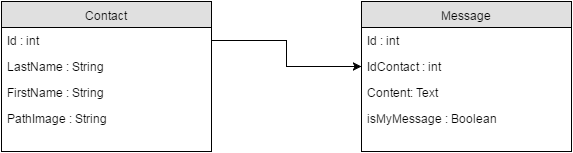
Before: doc/diagramDB.png, a diagram exported from draw.io (JulienGenoud/EasyMessages). Source tidied: cells renumbered, new cells last; positions are measured from the earlier drawing's top-left corner, leaving out a move shared by most shapes.
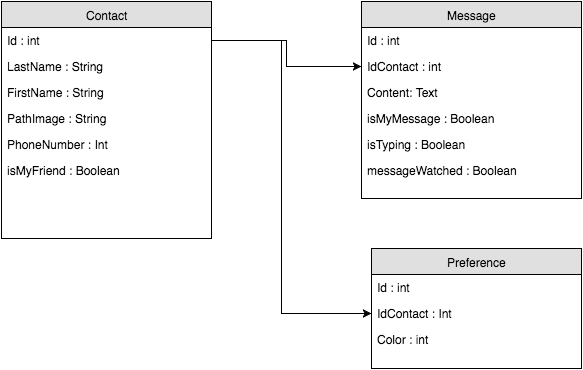
Above is the later version.

The edit, as a diff of the source:
```diff
@@ -3,7 +3,7 @@
     <mxCell id="0" />
     <mxCell id="1" parent="0" />
     <mxCell id="2" value="Contact" style="swimlane;html=1;fontStyle=0;horizontal=1;startSize=26;fillColor=#e0e0e0;swimlaneFillColor=#ffffff;align=center;" parent="1" vertex="1">
-      <mxGeometry width="210" height="150" as="geometry" />
+      <mxGeometry width="210" height="237" as="geometry" />
     </mxCell>
     <mxCell id="3" value="Id : int" style="text;html=1;strokeColor=none;fillColor=none;spacingLeft=4;spacingRight=4;whiteSpace=wrap;overflow=hidden;points=[[0,0.5],[1,0.5]];portConstraint=eastwest;" parent="2" vertex="1">
       <mxGeometry y="26" width="210" height="26" as="geometry" />
@@ -17,23 +17,60 @@
     <mxCell id="6" value="PathImage : String" style="text;html=1;strokeColor=none;fillColor=none;spacingLeft=4;spacingRight=4;whiteSpace=wrap;overflow=hidden;" parent="2" vertex="1">
       <mxGeometry y="104" width="210" height="26" as="geometry" />
     </mxCell>
+    <mxCell id="13" value="PhoneNumber : Int" style="text;html=1;strokeColor=none;fillColor=none;spacingLeft=4;spacingRight=4;whiteSpace=wrap;overflow=hidden;" parent="2" vertex="1">
+      <mxGeometry y="130" width="210" height="26" as="geometry" />
+    </mxCell>
+    <mxCell id="14" value="isMyFriend : Boolean" style="text;html=1;strokeColor=none;fillColor=none;spacingLeft=4;spacingRight=4;whiteSpace=wrap;overflow=hidden;" parent="2" vertex="1">
+      <mxGeometry y="156" width="210" height="26" as="geometry" />
+    </mxCell>
     <mxCell id="7" value="Message" style="swimlane;html=1;fontStyle=0;horizontal=1;startSize=26;fillColor=#e0e0e0;swimlaneFillColor=#ffffff;align=center;" parent="1" vertex="1">
-      <mxGeometry x="360" width="210" height="150" as="geometry" />
+      <mxGeometry x="360" width="220" height="197" as="geometry" />
     </mxCell>
     <mxCell id="8" value="Id : int" style="text;html=1;strokeColor=none;fillColor=none;spacingLeft=4;spacingRight=4;whiteSpace=wrap;overflow=hidden;" parent="7" vertex="1">
-      <mxGeometry y="26" width="210" height="26" as="geometry" />
+      <mxGeometry y="26" width="220" height="26" as="geometry" />
     </mxCell>
     <mxCell id="9" value="IdContact : int" style="text;html=1;strokeColor=none;fillColor=none;spacingLeft=4;spacingRight=4;whiteSpace=wrap;overflow=hidden;points=[[0,0.5],[1,0.5]];portConstraint=eastwest;" parent="7" vertex="1">
-      <mxGeometry y="52" width="210" height="26" as="geometry" />
+      <mxGeometry y="52" width="220" height="26" as="geometry" />
     </mxCell>
     <mxCell id="10" value="Content: Text" style="text;html=1;strokeColor=none;fillColor=none;spacingLeft=4;spacingRight=4;whiteSpace=wrap;overflow=hidden;" parent="7" vertex="1">
-      <mxGeometry y="78" width="210" height="26" as="geometry" />
+      <mxGeometry y="78" width="220" height="26" as="geometry" />
     </mxCell>
     <mxCell id="11" value="isMyMessage : Boolean" style="text;html=1;strokeColor=none;fillColor=none;spacingLeft=4;spacingRight=4;whiteSpace=wrap;overflow=hidden;" parent="7" vertex="1">
-      <mxGeometry y="104" width="210" height="26" as="geometry" />
+      <mxGeometry y="104" width="220" height="26" as="geometry" />
     </mxCell>
+    <mxCell id="15" value="isTyping : Boolean" style="text;html=1;strokeColor=none;fillColor=none;spacingLeft=4;spacingRight=4;whiteSpace=wrap;overflow=hidden;" parent="7" vertex="1">
+      <mxGeometry y="130" width="220" height="26" as="geometry" />
+    </mxCell>
+    <mxCell id="16" value="messageWatched : Boolean" style="text;html=1;strokeColor=none;fillColor=none;spacingLeft=4;spacingRight=4;whiteSpace=wrap;overflow=hidden;" parent="7" vertex="1">
+      <mxGeometry y="156" width="220" height="26" as="geometry" />
+    </mxCell>
     <mxCell id="12" style="edgeStyle=orthogonalEdgeStyle;rounded=0;html=1;entryX=0;entryY=0.5;jettySize=auto;" parent="1" edge="1" source="3" target="9">
-      <mxGeometry relative="1" as="geometry" />
+      <mxGeometry relative="1" as="geometry">
+        <Array as="points">
+          <mxPoint x="285" y="39" />
+          <mxPoint x="285" y="65" />
+        </Array>
+      </mxGeometry>
     </mxCell>
+    <mxCell id="17" value="Preference" style="swimlane;html=1;fontStyle=0;horizontal=1;startSize=26;fillColor=#e0e0e0;swimlaneFillColor=#ffffff;align=center;" parent="1" vertex="1">
+      <mxGeometry x="370" y="247" width="210" height="120" as="geometry" />
+    </mxCell>
+    <mxCell id="18" value="Id : int" style="text;html=1;strokeColor=none;fillColor=none;spacingLeft=4;spacingRight=4;whiteSpace=wrap;overflow=hidden;" parent="17" vertex="1">
+      <mxGeometry y="26" width="210" height="26" as="geometry" />
+    </mxCell>
+    <mxCell id="19" value="IdContact : Int" style="text;html=1;strokeColor=none;fillColor=none;spacingLeft=4;spacingRight=4;whiteSpace=wrap;overflow=hidden;points=[[0,0.5],[1,0.5]];portConstraint=eastwest;" parent="17" vertex="1">
+      <mxGeometry y="52" width="210" height="26" as="geometry" />
+    </mxCell>
+    <mxCell id="20" value="Color : int" style="text;html=1;strokeColor=none;fillColor=none;spacingLeft=4;spacingRight=4;whiteSpace=wrap;overflow=hidden;" parent="17" vertex="1">
+      <mxGeometry y="78" width="210" height="26" as="geometry" />
+    </mxCell>
+    <mxCell id="21" style="edgeStyle=orthogonalEdgeStyle;rounded=0;html=1;exitX=1;exitY=0.5;jettySize=auto;entryX=0;entryY=0.5;" parent="1" edge="1" source="3" target="19">
+      <mxGeometry relative="1" as="geometry">
+        <Array as="points">
+          <mxPoint x="280" y="39" />
+          <mxPoint x="280" y="312" />
+        </Array>
+      </mxGeometry>
+    </mxCell>
   </root>
 </mxGraphModel>
```
